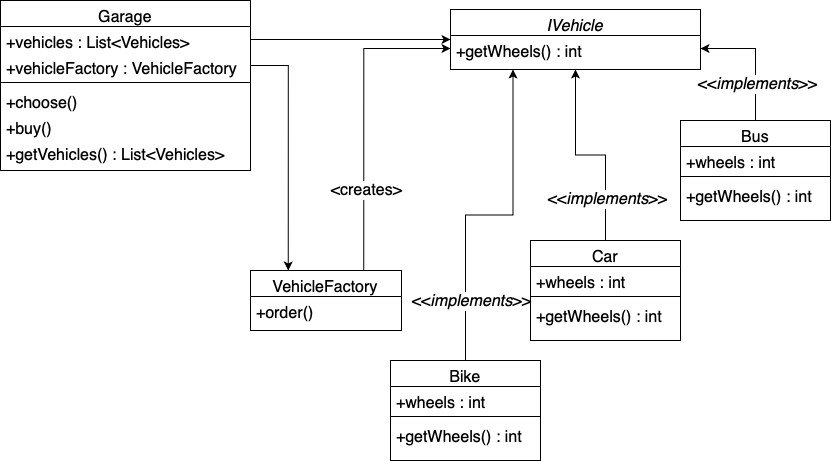
This is class-diagrams/factory-pattern.png from shaikrasheed99/factory-pattern, a draw.io export, as it was before one commit. Source tidied: cells renumbered, new cells last; positions are measured from the earlier drawing's top-left corner, leaving out a move shared by most shapes. Source of this version:
```xml
<mxGraphModel>
  <root>
    <mxCell id="0" />
    <mxCell id="1" parent="0" />
    <mxCell id="2" value="Garage" style="swimlane;fontStyle=0;align=center;verticalAlign=top;horizontal=1;startSize=26;rounded=0;shadow=0;strokeWidth=1;fontSize=16;" parent="1" vertex="1">
      <mxGeometry width="250" height="170" as="geometry" />
    </mxCell>
    <mxCell id="3" value="+vehicles : List&lt;Vehicles&gt;" style="text;align=left;verticalAlign=top;spacingLeft=4;spacingRight=4;overflow=hidden;points=[[0,0.5],[1,0.5]];portConstraint=eastwest;fontSize=16;" parent="2" vertex="1">
      <mxGeometry y="26" width="250" height="26" as="geometry" />
    </mxCell>
    <mxCell id="4" value="+vehicleFactory : VehicleFactory" style="text;align=left;verticalAlign=top;spacingLeft=4;spacingRight=4;overflow=hidden;points=[[0,0.5],[1,0.5]];portConstraint=eastwest;rounded=0;shadow=0;html=0;fontSize=16;" parent="2" vertex="1">
      <mxGeometry y="52" width="250" height="26" as="geometry" />
    </mxCell>
    <mxCell id="5" style="line;html=1;strokeWidth=1;align=left;verticalAlign=middle;spacingTop=-1;spacingLeft=3;spacingRight=3;labelPosition=right;fontSize=16;" parent="2" vertex="1">
      <mxGeometry y="78" width="250" height="8" as="geometry" />
    </mxCell>
    <mxCell id="6" value="+choose()" style="text;align=left;verticalAlign=top;spacingLeft=4;spacingRight=4;overflow=hidden;fontSize=16;" parent="2" vertex="1">
      <mxGeometry y="86" width="250" height="26" as="geometry" />
    </mxCell>
    <mxCell id="7" value="+buy()" style="text;align=left;verticalAlign=top;spacingLeft=4;spacingRight=4;overflow=hidden;fontSize=16;" parent="2" vertex="1">
      <mxGeometry y="112" width="250" height="26" as="geometry" />
    </mxCell>
    <mxCell id="8" value="+getVehicles() : List&lt;Vehicles&gt;" style="text;align=left;verticalAlign=top;spacingLeft=4;spacingRight=4;overflow=hidden;fontSize=16;" parent="2" vertex="1">
      <mxGeometry y="138" width="250" height="26" as="geometry" />
    </mxCell>
    <mxCell id="9" value="IVehicle" style="swimlane;fontStyle=2;align=center;verticalAlign=top;horizontal=1;startSize=26;rounded=0;shadow=0;strokeWidth=1;fontSize=16;" parent="1" vertex="1">
      <mxGeometry x="450" y="9" width="250" height="60" as="geometry" />
    </mxCell>
    <mxCell id="10" value="+getWheels() : int" style="text;align=left;verticalAlign=top;spacingLeft=4;spacingRight=4;overflow=hidden;points=[[0,0.5],[1,0.5]];portConstraint=eastwest;fontSize=16;" parent="9" vertex="1">
      <mxGeometry y="26" width="250" height="26" as="geometry" />
    </mxCell>
    <mxCell id="11" style="edgeStyle=orthogonalEdgeStyle;rounded=0;jettySize=auto;html=1;fontSize=16;entryX=0;entryY=0.5;entryDx=0;entryDy=0;exitX=0.75;exitY=0;exitDx=0;exitDy=0;" parent="1" edge="1" source="13" target="10">
      <mxGeometry relative="1" as="geometry" />
    </mxCell>
    <mxCell id="12" value="&amp;lt;creates&amp;gt;" style="edgeLabel;html=1;align=center;verticalAlign=middle;fontSize=16;" parent="11" vertex="1">
      <mxGeometry x="-0.47" y="-1" relative="1" as="geometry">
        <mxPoint x="1" as="offset" />
      </mxGeometry>
    </mxCell>
    <mxCell id="13" value="VehicleFactory" style="swimlane;fontStyle=0;align=center;verticalAlign=top;horizontal=1;startSize=26;rounded=0;shadow=0;strokeWidth=1;fontSize=16;" parent="1" vertex="1">
      <mxGeometry x="250" y="270" width="151" height="60" as="geometry" />
    </mxCell>
    <mxCell id="14" value="+order()" style="text;align=left;verticalAlign=top;spacingLeft=4;spacingRight=4;overflow=hidden;fontSize=16;" parent="13" vertex="1">
      <mxGeometry y="26" width="151" height="26" as="geometry" />
    </mxCell>
    <mxCell id="15" style="edgeStyle=orthogonalEdgeStyle;rounded=0;jettySize=auto;html=1;entryX=0;entryY=0.5;entryDx=0;entryDy=0;fontSize=16;" parent="1" edge="1" source="3" target="9">
      <mxGeometry relative="1" as="geometry" />
    </mxCell>
    <mxCell id="16" style="edgeStyle=orthogonalEdgeStyle;rounded=0;jettySize=auto;html=1;fontSize=16;entryX=0.25;entryY=1;entryDx=0;entryDy=0;" parent="1" edge="1" source="18" target="9">
      <mxGeometry relative="1" as="geometry" />
    </mxCell>
    <mxCell id="17" value="&amp;lt;&amp;lt;&lt;i&gt;implements&lt;/i&gt;&amp;gt;&amp;gt;" style="edgeLabel;html=1;align=center;verticalAlign=middle;fontSize=16;" parent="16" vertex="1">
      <mxGeometry x="-0.65" y="-5" relative="1" as="geometry" />
    </mxCell>
    <mxCell id="18" value="Bike" style="swimlane;fontStyle=0;align=center;verticalAlign=top;horizontal=1;startSize=26;rounded=0;shadow=0;strokeWidth=1;fontSize=16;" parent="1" vertex="1">
      <mxGeometry x="390" y="360" width="150" height="100" as="geometry" />
    </mxCell>
    <mxCell id="19" value="+wheels : int" style="text;align=left;verticalAlign=top;spacingLeft=4;spacingRight=4;overflow=hidden;fontSize=16;" parent="18" vertex="1">
      <mxGeometry y="26" width="150" height="26" as="geometry" />
    </mxCell>
    <mxCell id="20" style="line;html=1;strokeWidth=1;align=left;verticalAlign=middle;spacingTop=-1;spacingLeft=3;spacingRight=3;labelPosition=right;fontSize=16;" parent="18" vertex="1">
      <mxGeometry y="52" width="150" height="8" as="geometry" />
    </mxCell>
    <mxCell id="21" value="+getWheels() : int" style="text;align=left;verticalAlign=top;spacingLeft=4;spacingRight=4;overflow=hidden;fontSize=16;" parent="18" vertex="1">
      <mxGeometry y="60" width="150" height="26" as="geometry" />
    </mxCell>
    <mxCell id="22" style="edgeStyle=orthogonalEdgeStyle;rounded=0;jettySize=auto;html=1;entryX=0.5;entryY=1;entryDx=0;entryDy=0;fontSize=16;" parent="1" edge="1" source="24" target="9">
      <mxGeometry relative="1" as="geometry" />
    </mxCell>
    <mxCell id="23" value="&amp;lt;&amp;lt;&lt;i&gt;implements&lt;/i&gt;&amp;gt;&amp;gt;" style="edgeLabel;html=1;align=center;verticalAlign=middle;fontSize=16;" parent="22" vertex="1">
      <mxGeometry x="-0.58" y="-1" relative="1" as="geometry" />
    </mxCell>
    <mxCell id="24" value="Car" style="swimlane;fontStyle=0;align=center;verticalAlign=top;horizontal=1;startSize=26;rounded=0;shadow=0;strokeWidth=1;fontSize=16;" parent="1" vertex="1">
      <mxGeometry x="530" y="240" width="150" height="100" as="geometry" />
    </mxCell>
    <mxCell id="25" value="+wheels : int" style="text;align=left;verticalAlign=top;spacingLeft=4;spacingRight=4;overflow=hidden;fontSize=16;" parent="24" vertex="1">
      <mxGeometry y="26" width="150" height="26" as="geometry" />
    </mxCell>
    <mxCell id="26" style="line;html=1;strokeWidth=1;align=left;verticalAlign=middle;spacingTop=-1;spacingLeft=3;spacingRight=3;labelPosition=right;fontSize=16;" parent="24" vertex="1">
      <mxGeometry y="52" width="150" height="8" as="geometry" />
    </mxCell>
    <mxCell id="27" value="+getWheels() : int" style="text;align=left;verticalAlign=top;spacingLeft=4;spacingRight=4;overflow=hidden;fontSize=16;" parent="24" vertex="1">
      <mxGeometry y="60" width="150" height="26" as="geometry" />
    </mxCell>
    <mxCell id="28" style="edgeStyle=orthogonalEdgeStyle;rounded=0;jettySize=auto;html=1;entryX=1;entryY=0.5;entryDx=0;entryDy=0;fontSize=16;" parent="1" edge="1" source="30" target="10">
      <mxGeometry relative="1" as="geometry" />
    </mxCell>
    <mxCell id="29" value="&amp;lt;&amp;lt;&lt;i&gt;implements&lt;/i&gt;&amp;gt;&amp;gt;" style="edgeLabel;html=1;align=center;verticalAlign=middle;fontSize=16;" parent="28" vertex="1">
      <mxGeometry x="-0.42" y="-1" relative="1" as="geometry" />
    </mxCell>
    <mxCell id="30" value="Bus" style="swimlane;fontStyle=0;align=center;verticalAlign=top;horizontal=1;startSize=26;rounded=0;shadow=0;strokeWidth=1;fontSize=16;" parent="1" vertex="1">
      <mxGeometry x="680" y="120" width="150" height="100" as="geometry" />
    </mxCell>
    <mxCell id="31" value="+wheels : int" style="text;align=left;verticalAlign=top;spacingLeft=4;spacingRight=4;overflow=hidden;fontSize=16;" parent="30" vertex="1">
      <mxGeometry y="26" width="150" height="26" as="geometry" />
    </mxCell>
    <mxCell id="32" style="line;html=1;strokeWidth=1;align=left;verticalAlign=middle;spacingTop=-1;spacingLeft=3;spacingRight=3;labelPosition=right;fontSize=16;" parent="30" vertex="1">
      <mxGeometry y="52" width="150" height="8" as="geometry" />
    </mxCell>
    <mxCell id="33" value="+getWheels() : int" style="text;align=left;verticalAlign=top;spacingLeft=4;spacingRight=4;overflow=hidden;fontSize=16;" parent="30" vertex="1">
      <mxGeometry y="60" width="150" height="26" as="geometry" />
    </mxCell>
    <mxCell id="34" style="edgeStyle=orthogonalEdgeStyle;rounded=0;jettySize=auto;html=1;entryX=0.25;entryY=0;entryDx=0;entryDy=0;fontSize=16;" parent="1" edge="1" source="4" target="13">
      <mxGeometry relative="1" as="geometry" />
    </mxCell>
  </root>
</mxGraphModel>
```
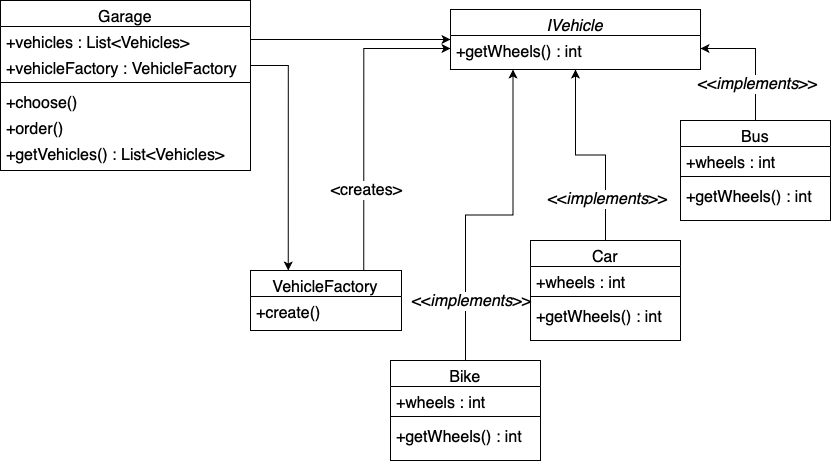
The same file after the commit.

Commit message:
Refactor change class diagram

What changed in the source:
```diff
@@ -17,7 +17,7 @@
     <mxCell id="6" value="+choose()" style="text;align=left;verticalAlign=top;spacingLeft=4;spacingRight=4;overflow=hidden;fontSize=16;" parent="2" vertex="1">
       <mxGeometry y="86" width="250" height="26" as="geometry" />
     </mxCell>
-    <mxCell id="7" value="+buy()" style="text;align=left;verticalAlign=top;spacingLeft=4;spacingRight=4;overflow=hidden;fontSize=16;" parent="2" vertex="1">
+    <mxCell id="7" value="+order()" style="text;align=left;verticalAlign=top;spacingLeft=4;spacingRight=4;overflow=hidden;fontSize=16;" parent="2" vertex="1">
       <mxGeometry y="112" width="250" height="26" as="geometry" />
     </mxCell>
     <mxCell id="8" value="+getVehicles() : List&lt;Vehicles&gt;" style="text;align=left;verticalAlign=top;spacingLeft=4;spacingRight=4;overflow=hidden;fontSize=16;" parent="2" vertex="1">
@@ -40,7 +40,7 @@
     <mxCell id="13" value="VehicleFactory" style="swimlane;fontStyle=0;align=center;verticalAlign=top;horizontal=1;startSize=26;rounded=0;shadow=0;strokeWidth=1;fontSize=16;" parent="1" vertex="1">
       <mxGeometry x="250" y="270" width="151" height="60" as="geometry" />
     </mxCell>
-    <mxCell id="14" value="+order()" style="text;align=left;verticalAlign=top;spacingLeft=4;spacingRight=4;overflow=hidden;fontSize=16;" parent="13" vertex="1">
+    <mxCell id="14" value="+create()" style="text;align=left;verticalAlign=top;spacingLeft=4;spacingRight=4;overflow=hidden;fontSize=16;" parent="13" vertex="1">
       <mxGeometry y="26" width="151" height="26" as="geometry" />
     </mxCell>
     <mxCell id="15" style="edgeStyle=orthogonalEdgeStyle;rounded=0;jettySize=auto;html=1;entryX=0;entryY=0.5;entryDx=0;entryDy=0;fontSize=16;" parent="1" edge="1" source="3" target="9">
```
